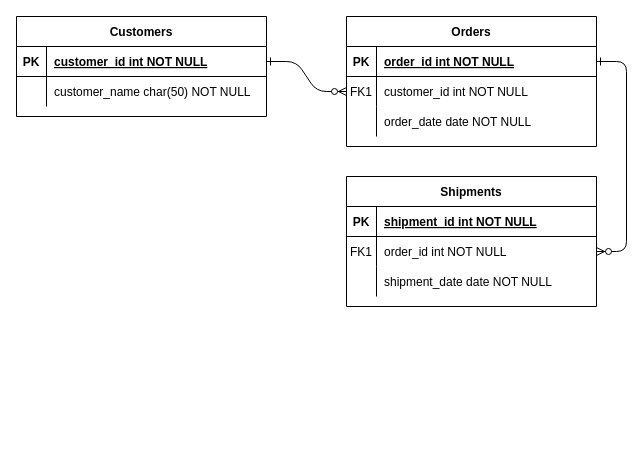
outsider-s-song/back-end keeps this draw.io diagram as Untitled Diagram.drawio. Above is the earlier version. Source tidied: cells renumbered, new cells numbered last; positions are measured from the earlier drawing's top-left corner, leaving out a move shared by most shapes. Both pictures are drawn from the tidied source at 100%, with x=0, y=0 at pixel (16, 16).
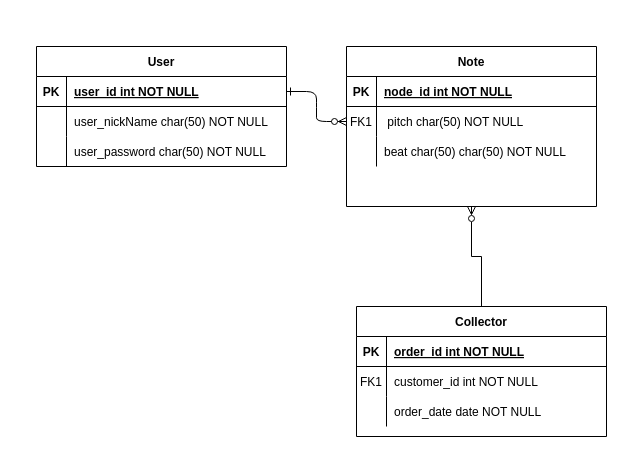
Above is the later version.

Unchanged cells that the change refers to:
```xml
<mxCell id="5" style="shape=partialRectangle;fillColor=none;points=[[0,0.5],[1,0.5]];portConstraint=eastwest;top=0;left=0;right=0;bottom=1;" parent="4" vertex="1">
  <mxGeometry y="30" width="250" height="30" as="geometry" />
</mxCell>
<mxCell id="8" style="shape=partialRectangle;fillColor=none;points=[[0,0.5],[1,0.5]];portConstraint=eastwest;top=0;left=0;right=0;bottom=0;" parent="4" vertex="1">
  <mxGeometry y="60" width="250" height="30" as="geometry" />
</mxCell>
<mxCell id="11" style="shape=partialRectangle;fillColor=none;top=0;left=0;right=0;bottom=0;" parent="4" vertex="1">
  <mxGeometry y="90" width="250" height="30" as="geometry" />
</mxCell>
<mxCell id="25" style="shape=partialRectangle;fillColor=none;points=[[0,0.5],[1,0.5]];portConstraint=eastwest;top=0;left=0;right=0;bottom=1;" parent="24" vertex="1">
  <mxGeometry y="30" width="250" height="30" as="geometry" />
</mxCell>
<mxCell id="28" style="shape=partialRectangle;fillColor=none;top=0;left=0;right=0;bottom=0;" parent="24" vertex="1">
  <mxGeometry y="60" width="250" height="30" as="geometry" />
</mxCell>
```

What changed in the source:
```diff
@@
-    <mxCell id="3" style="edgeStyle=entityRelationEdgeStyle;endArrow=ERzeroToMany;startArrow=ERone;endFill=1;startFill=0;" parent="1" edge="1" source="5" target="18">
-      <mxGeometry relative="1" as="geometry" />
-    </mxCell>
-    <mxCell id="4" value="Orders" style="shape=table;startSize=30;childLayout=tableLayout;rowLines=0;fontStyle=1;align=center;" parent="1" vertex="1">
-      <mxGeometry x="330" width="250" height="130" as="geometry" />
+    <mxCell id="4" value="Note" style="shape=table;startSize=30;childLayout=tableLayout;rowLines=0;fontStyle=1;align=center;" parent="1" vertex="1">
+      <mxGeometry x="330" y="30" width="250" height="160" as="geometry" />
     </mxCell>
@@
-    <mxCell id="7" value="order_id int NOT NULL " style="shape=partialRectangle;overflow=hidden;fillColor=none;top=0;left=0;bottom=0;right=0;align=left;spacingLeft=6;fontStyle=5;" parent="5" vertex="1">
+    <mxCell id="7" value="node_id int NOT NULL " style="shape=partialRectangle;overflow=hidden;fillColor=none;top=0;left=0;bottom=0;right=0;align=left;spacingLeft=6;fontStyle=5;" parent="5" vertex="1">
       <mxGeometry x="30" width="220" height="30" as="geometry" />
     </mxCell>
@@
-    <mxCell id="10" value="customer_id int NOT NULL" style="shape=partialRectangle;overflow=hidden;fillColor=none;top=0;left=0;bottom=0;right=0;align=left;spacingLeft=6;" parent="8" vertex="1">
+    <mxCell id="10" value=" pitch char(50) NOT NULL" style="shape=partialRectangle;overflow=hidden;fillColor=none;top=0;left=0;bottom=0;right=0;align=left;spacingLeft=6;" parent="8" vertex="1">
       <mxGeometry x="30" width="220" height="30" as="geometry" />
     </mxCell>
@@
-    <mxCell id="13" value="order_date date NOT NULL" style="shape=partialRectangle;overflow=hidden;fillColor=none;top=0;left=0;bottom=0;right=0;align=left;spacingLeft=6;" parent="11" vertex="1">
+    <mxCell id="13" value="beat char(50) char(50) NOT NULL" style="shape=partialRectangle;overflow=hidden;fillColor=none;top=0;left=0;bottom=0;right=0;align=left;spacingLeft=6;" parent="11" vertex="1">
       <mxGeometry x="30" width="220" height="30" as="geometry" />
     </mxCell>
-    <mxCell id="14" value="Shipments" style="shape=table;startSize=30;childLayout=tableLayout;rowLines=0;fontStyle=1;align=center;" parent="1" vertex="1">
-      <mxGeometry x="330" y="160" width="250" height="130" as="geometry" />
-    </mxCell>
-    <mxCell id="15" style="shape=partialRectangle;fillColor=none;top=0;left=0;right=0;bottom=1;" parent="14" vertex="1">
-      <mxGeometry y="30" width="250" height="30" as="geometry" />
-    </mxCell>
-    <mxCell id="16" value="PK" style="shape=partialRectangle;overflow=hidden;fillColor=none;top=0;left=0;bottom=0;right=0;fontStyle=1;" parent="15" vertex="1">
-      <mxGeometry width="30" height="30" as="geometry" />
-    </mxCell>
-    <mxCell id="17" value="shipment_id int NOT NULL " style="shape=partialRectangle;overflow=hidden;fillColor=none;top=0;left=0;bottom=0;right=0;align=left;spacingLeft=6;fontStyle=5;" parent="15" vertex="1">
-      <mxGeometry x="30" width="220" height="30" as="geometry" />
-    </mxCell>
-    <mxCell id="18" style="shape=partialRectangle;fillColor=none;points=[[0,0.5],[1,0.5]];portConstraint=eastwest;top=0;left=0;right=0;bottom=0;" parent="14" vertex="1">
-      <mxGeometry y="60" width="250" height="30" as="geometry" />
-    </mxCell>
-    <mxCell id="19" value="FK1" style="shape=partialRectangle;overflow=hidden;fillColor=none;top=0;left=0;bottom=0;right=0;" parent="18" vertex="1">
-      <mxGeometry width="30" height="30" as="geometry" />
-    </mxCell>
-    <mxCell id="20" value="order_id int NOT NULL" style="shape=partialRectangle;overflow=hidden;fillColor=none;top=0;left=0;bottom=0;right=0;align=left;spacingLeft=6;" parent="18" vertex="1">
-      <mxGeometry x="30" width="220" height="30" as="geometry" />
-    </mxCell>
-    <mxCell id="21" style="shape=partialRectangle;fillColor=none;top=0;left=0;right=0;bottom=0;" parent="14" vertex="1">
-      <mxGeometry y="90" width="250" height="30" as="geometry" />
-    </mxCell>
-    <mxCell id="22" style="shape=partialRectangle;overflow=hidden;fillColor=none;top=0;left=0;bottom=0;right=0;" parent="21" vertex="1">
-      <mxGeometry width="30" height="30" as="geometry" />
-    </mxCell>
-    <mxCell id="23" value="shipment_date date NOT NULL" style="shape=partialRectangle;overflow=hidden;fillColor=none;top=0;left=0;bottom=0;right=0;align=left;spacingLeft=6;" parent="21" vertex="1">
-      <mxGeometry x="30" width="220" height="30" as="geometry" />
-    </mxCell>
-    <mxCell id="24" value="Customers" style="shape=table;startSize=30;childLayout=tableLayout;rowLines=0;fontStyle=1;align=center;" parent="1" vertex="1">
-      <mxGeometry width="250" height="100" as="geometry" />
+    <mxCell id="24" value="User" style="shape=table;startSize=30;childLayout=tableLayout;rowLines=0;fontStyle=1;align=center;" parent="1" vertex="1">
+      <mxGeometry x="20" y="30" width="250" height="120" as="geometry" />
     </mxCell>
@@
-    <mxCell id="27" value="customer_id int NOT NULL " style="shape=partialRectangle;overflow=hidden;fillColor=none;top=0;left=0;bottom=0;right=0;align=left;spacingLeft=6;fontStyle=5;" parent="25" vertex="1">
+    <mxCell id="27" value="user_id int NOT NULL " style="shape=partialRectangle;overflow=hidden;fillColor=none;top=0;left=0;bottom=0;right=0;align=left;spacingLeft=6;fontStyle=5;" parent="25" vertex="1">
       <mxGeometry x="30" width="220" height="30" as="geometry" />
     </mxCell>
@@
-    <mxCell id="30" value="customer_name char(50) NOT NULL" style="shape=partialRectangle;overflow=hidden;fillColor=none;top=0;left=0;bottom=0;right=0;align=left;spacingLeft=6;" parent="28" vertex="1">
+    <mxCell id="30" value="user_nickName char(50) NOT NULL" style="shape=partialRectangle;overflow=hidden;fillColor=none;top=0;left=0;bottom=0;right=0;align=left;spacingLeft=6;" parent="28" vertex="1">
       <mxGeometry x="30" width="220" height="30" as="geometry" />
     </mxCell>
+    <mxCell id="31" style="shape=partialRectangle;fillColor=none;top=0;left=0;right=0;bottom=0;" parent="24" vertex="1">
+      <mxGeometry y="90" width="250" height="30" as="geometry" />
+    </mxCell>
+    <mxCell id="32" style="shape=partialRectangle;overflow=hidden;fillColor=none;top=0;left=0;bottom=0;right=0;" parent="31" vertex="1">
+      <mxGeometry width="30" height="30" as="geometry" />
+    </mxCell>
+    <mxCell id="33" value="user_password char(50) NOT NULL" style="shape=partialRectangle;overflow=hidden;fillColor=none;top=0;left=0;bottom=0;right=0;align=left;spacingLeft=6;" parent="31" vertex="1">
+      <mxGeometry x="30" width="220" height="30" as="geometry" />
+    </mxCell>
+    <mxCell id="34" value="Collector" style="shape=table;startSize=30;childLayout=tableLayout;rowLines=0;fontStyle=1;align=center;" parent="1" vertex="1">
+      <mxGeometry x="340" y="290" width="250" height="130" as="geometry" />
+    </mxCell>
+    <mxCell id="15" style="shape=partialRectangle;fillColor=none;top=0;left=0;right=0;bottom=1;" parent="34" vertex="1">
+      <mxGeometry y="30" width="250" height="30" as="geometry" />
+    </mxCell>
+    <mxCell id="16" value="PK" style="shape=partialRectangle;overflow=hidden;fillColor=none;top=0;left=0;bottom=0;right=0;fontStyle=1;" parent="15" vertex="1">
+      <mxGeometry width="30" height="30" as="geometry" />
+    </mxCell>
+    <mxCell id="20" value="order_id int NOT NULL " style="shape=partialRectangle;overflow=hidden;fillColor=none;top=0;left=0;bottom=0;right=0;align=left;spacingLeft=6;fontStyle=5;" parent="15" vertex="1">
+      <mxGeometry x="30" width="220" height="30" as="geometry" />
+    </mxCell>
+    <mxCell id="18" style="shape=partialRectangle;fillColor=none;points=[[0,0.5],[1,0.5]];portConstraint=eastwest;top=0;left=0;right=0;bottom=0;" parent="34" vertex="1">
+      <mxGeometry y="60" width="250" height="30" as="geometry" />
+    </mxCell>
+    <mxCell id="19" value="FK1" style="shape=partialRectangle;overflow=hidden;fillColor=none;top=0;left=0;bottom=0;right=0;" parent="18" vertex="1">
+      <mxGeometry width="30" height="30" as="geometry" />
+    </mxCell>
+    <mxCell id="35" value="customer_id int NOT NULL" style="shape=partialRectangle;overflow=hidden;fillColor=none;top=0;left=0;bottom=0;right=0;align=left;spacingLeft=6;" parent="18" vertex="1">
+      <mxGeometry x="30" width="220" height="30" as="geometry" />
+    </mxCell>
+    <mxCell id="36" style="shape=partialRectangle;fillColor=none;top=0;left=0;right=0;bottom=0;" parent="34" vertex="1">
+      <mxGeometry y="90" width="250" height="30" as="geometry" />
+    </mxCell>
+    <mxCell id="37" style="shape=partialRectangle;overflow=hidden;fillColor=none;top=0;left=0;bottom=0;right=0;" parent="36" vertex="1">
+      <mxGeometry width="30" height="30" as="geometry" />
+    </mxCell>
+    <mxCell id="38" value="order_date date NOT NULL" style="shape=partialRectangle;overflow=hidden;fillColor=none;top=0;left=0;bottom=0;right=0;align=left;spacingLeft=6;" parent="36" vertex="1">
+      <mxGeometry x="30" width="220" height="30" as="geometry" />
+    </mxCell>
+    <mxCell id="39" style="edgeStyle=orthogonalEdgeStyle;rounded=0;jettySize=auto;html=1;entryX=0.5;entryY=1;entryDx=0;entryDy=0;endArrow=ERzeroToMany;endFill=0;" parent="1" edge="1" source="34" target="4">
+      <mxGeometry relative="1" as="geometry" />
+    </mxCell>
```
